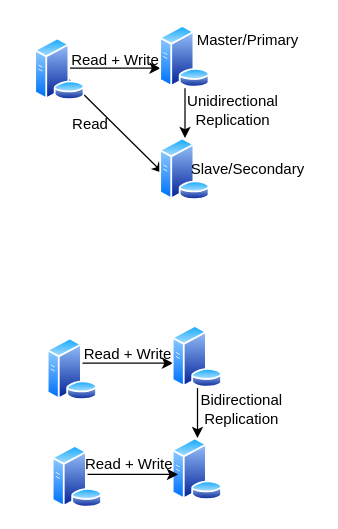
This is DB_Replication_2.drawio from dev-resources-millenium/ReferencesForEnterpriseApps, a draw.io file, before an edit. Source tidied: cells renumbered, new cells numbered last; positions are measured from the earlier drawing's top-left corner, leaving out a move shared by most shapes. Both pictures are drawn from the tidied source at 125%, with x=0, y=0 at pixel (21, 21).
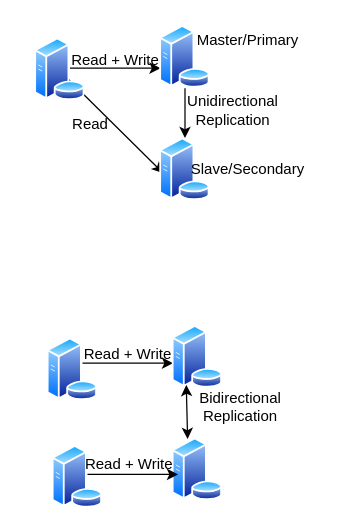
After the change.

Unchanged cells that the change refers to:
```xml
<mxCell id="16" style="image;perimeter=ellipsePerimeter;html=1;align=center;shadow=0;dashed=0;spacingTop=3;image=img/lib/active_directory/database_server.svg;" parent="1" vertex="1">
  <mxGeometry x="120" y="243" width="41" height="50" as="geometry" />
</mxCell>
<mxCell id="17" style="image;perimeter=ellipsePerimeter;html=1;align=center;shadow=0;dashed=0;spacingTop=3;image=img/lib/active_directory/database_server.svg;" parent="1" vertex="1">
  <mxGeometry x="120" y="333" width="41" height="50" as="geometry" />
</mxCell>
```

Diff of the diagram source:
```diff
@@
-    <mxCell id="15" style="edgeStyle=orthogonalEdgeStyle;rounded=0;jettySize=auto;html=1;" parent="1" edge="1" source="16" target="17">
-      <mxGeometry relative="1" as="geometry" />
-    </mxCell>
@@
-    <mxCell id="19" value="Bidirectional Replication" style="text;html=1;strokeColor=none;fillColor=none;align=center;verticalAlign=middle;whiteSpace=wrap;rounded=0;" parent="1" vertex="1">
-      <mxGeometry x="121" y="295" width="110" height="30" as="geometry" />
-    </mxCell>
@@
+    <mxCell id="23" style="endArrow=classic;startArrow=classic;html=1;rounded=0;exitX=0.942;exitY=0.089;exitDx=0;exitDy=0;entryX=0.25;entryY=1;entryDx=0;entryDy=0;exitPerimeter=0;" parent="1" edge="1" target="16">
+      <mxGeometry relative="1" as="geometry">
+        <mxPoint x="132.6" y="333.7" as="sourcePoint" />
+      </mxGeometry>
+    </mxCell>
+    <mxCell id="19" value="Bidirectional Replication" style="text;html=1;strokeColor=none;fillColor=none;align=center;verticalAlign=middle;whiteSpace=wrap;rounded=0;" parent="1" vertex="1">
+      <mxGeometry x="120" y="293" width="110" height="30" as="geometry" />
+    </mxCell>
```
